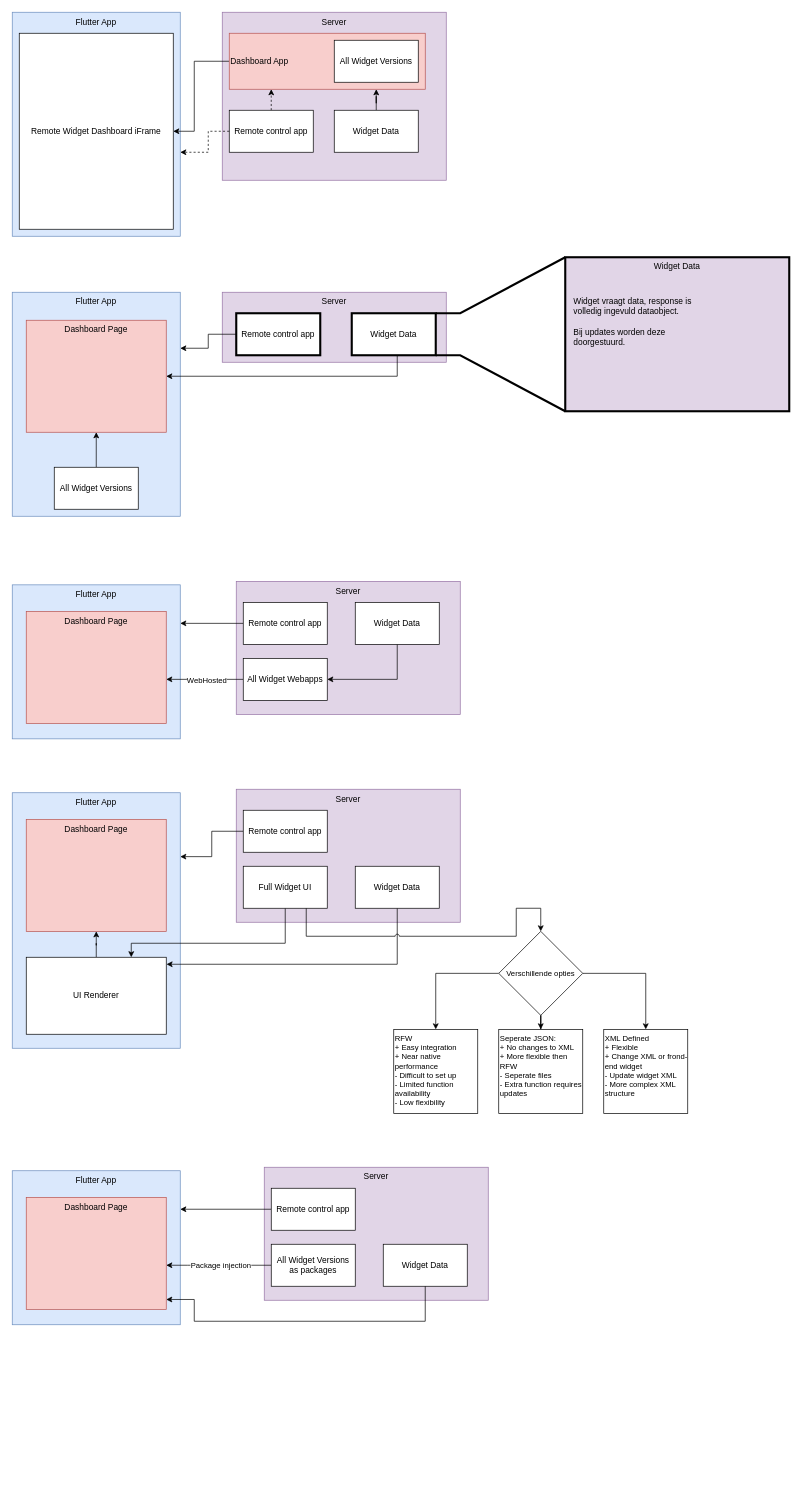
The draw.io diagram Architectuuropties.drawio in MaxDelissen/fvm_demo, before the edit. Source tidied: cells renumbered, new cells numbered last; positions are measured from the earlier drawing's top-left corner, leaving out a move shared by most shapes. Both pictures are drawn from the tidied source at 70%, with x=0, y=0 at pixel (12, 12).
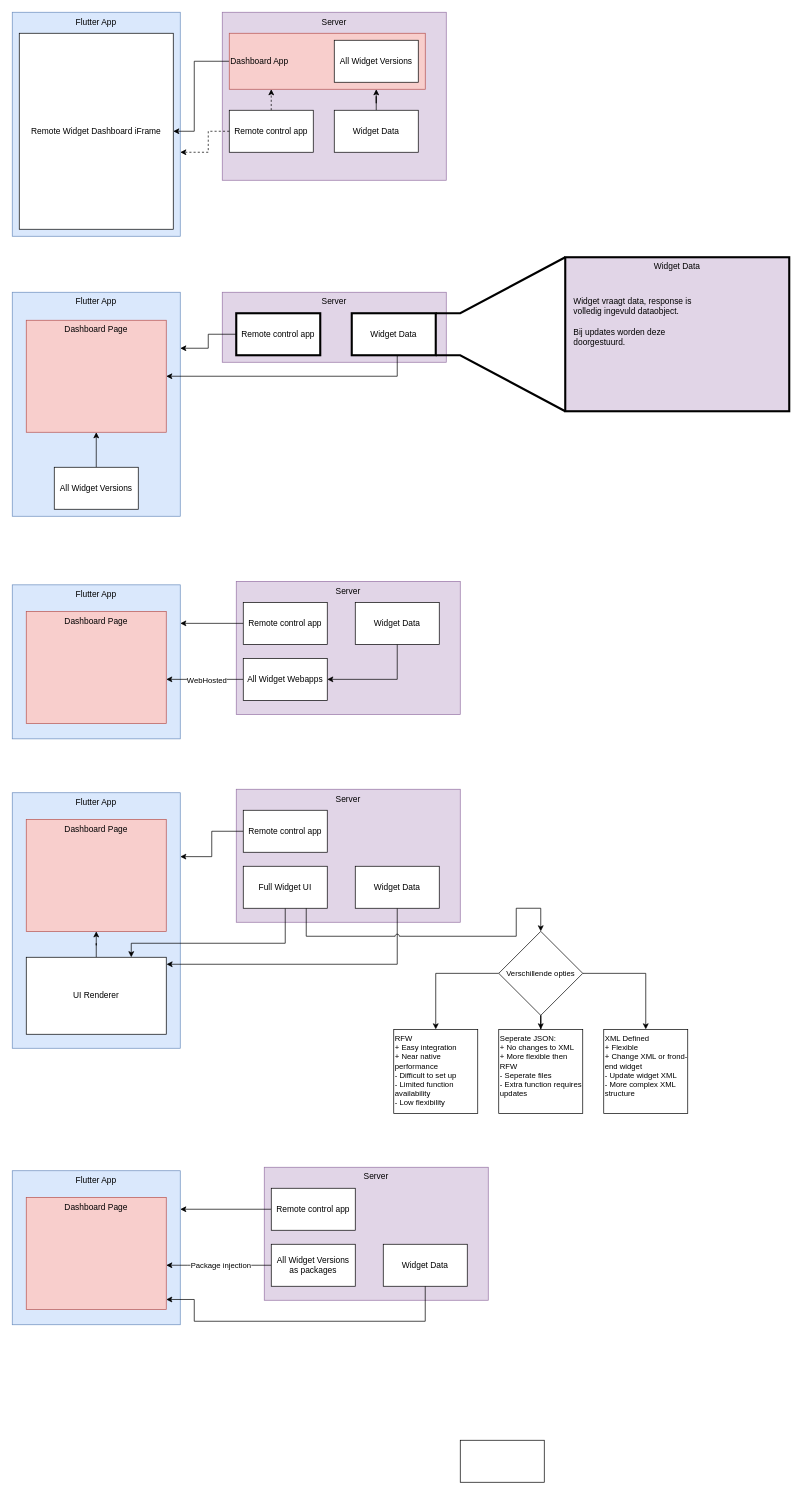
Above is the later version.

Change to the diagram source:
```diff
@@
+    <mxCell id="65" style="rounded=0;whiteSpace=wrap;html=1;" parent="1" vertex="1">
+      <mxGeometry x="640" y="2040" width="120" height="60" as="geometry" />
+    </mxCell>
```
